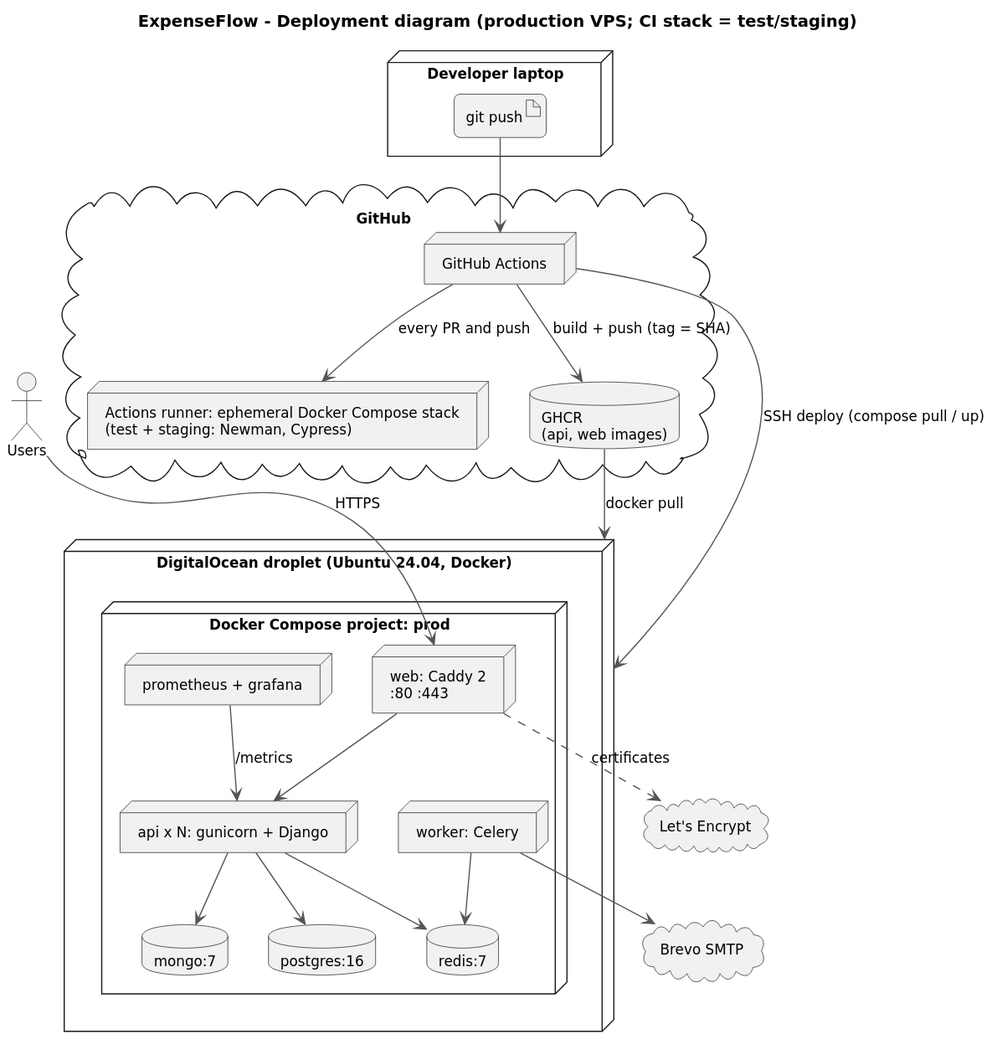
RrezeKonjusha/expenseflow keeps this PlantUML diagram as docs/diagrams/rendered/deployment.svg. Above is the earlier version.
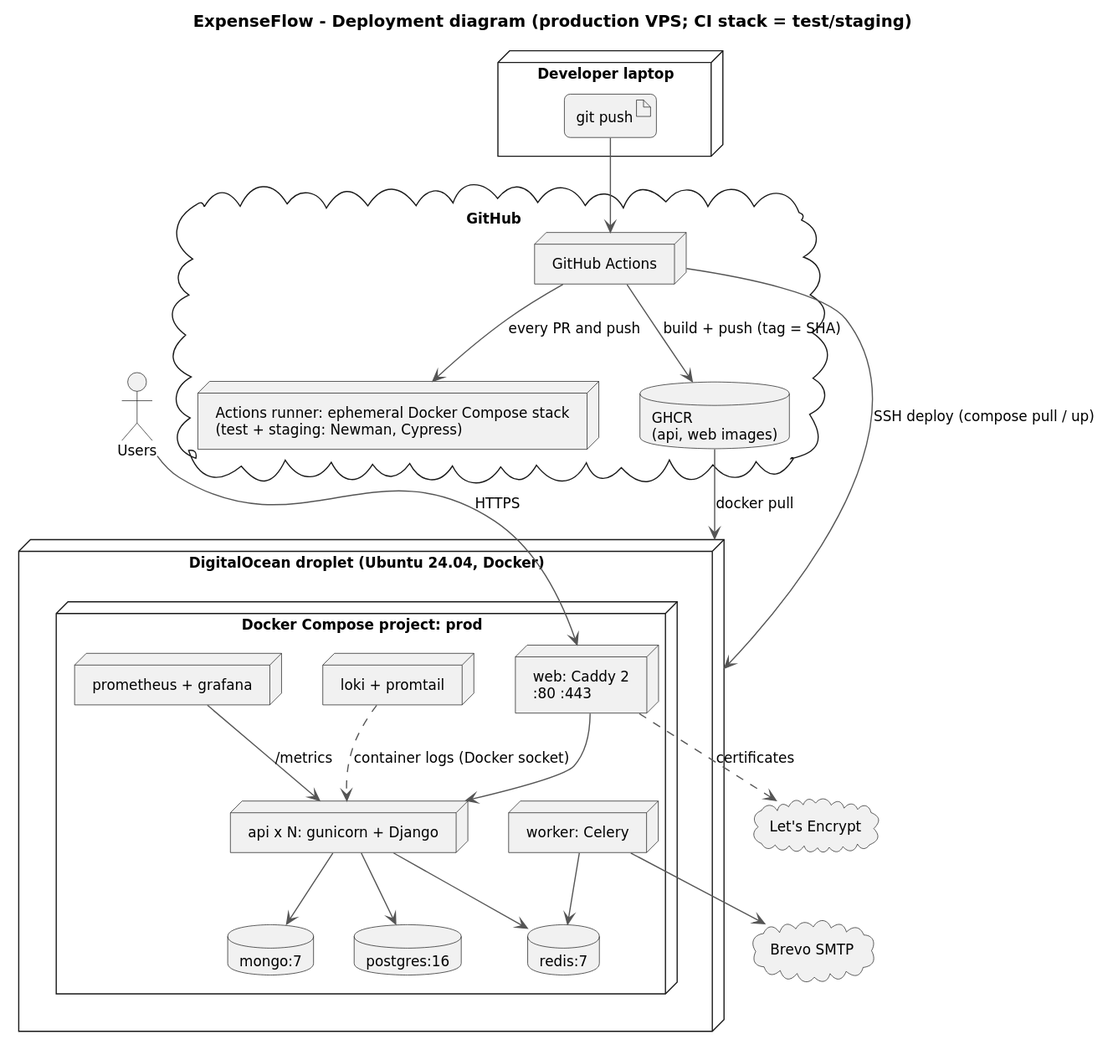
After the commit.

Change to the diagram source:
```diff
@@ -19,6 +19,7 @@
     database "mongo:7" as MG
     database "redis:7" as RD
     node "prometheus + grafana" as MON
+    node "loki + promtail" as LOKI
   }
 }
 actor "Users" as USERS
@@ -39,4 +40,5 @@
 WK --> RD
 WK --> SMTP
 MON --> API : /metrics
+LOKI ..> API : container logs (Docker socket)
 @enduml
```
